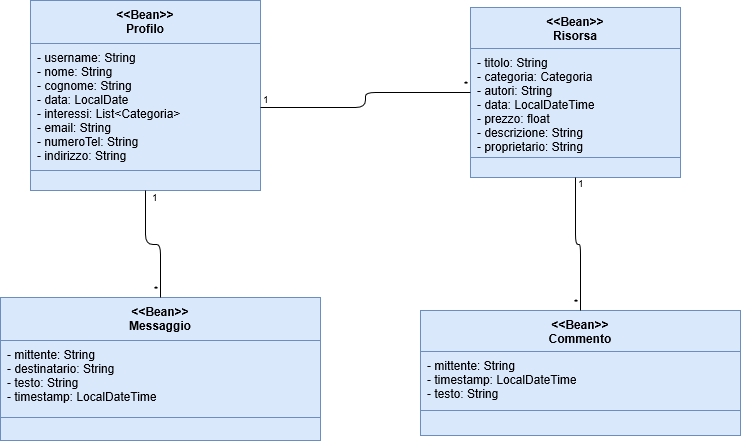
The draw.io diagram Reingegnerizzazione/DettaglioProfilo.png in SundavarBlaka/Alexandria, before a commit. Source tidied: cells renumbered, new cells last; positions are measured from the earlier drawing's top-left corner, leaving out a move shared by most shapes.
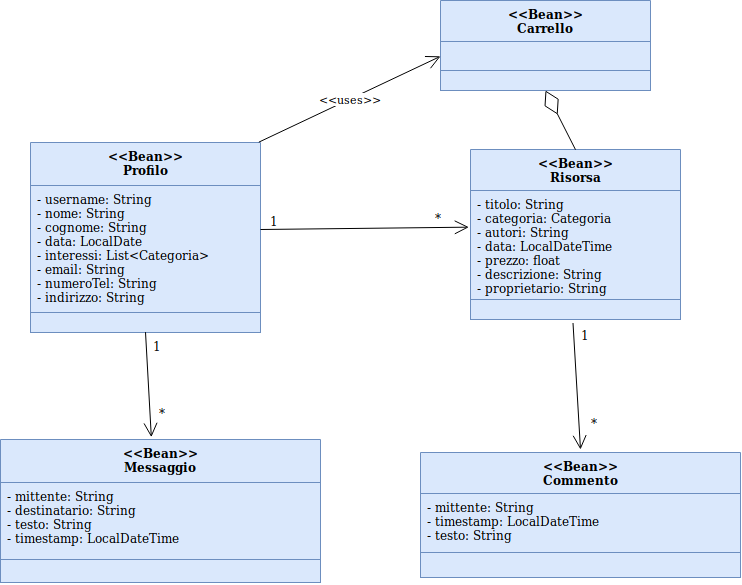
Above is the later version.

Change to the diagram source:
```diff
@@ -38,36 +38,51 @@
     <mxCell id="13" style="text;strokeColor=#6c8ebf;fillColor=#dae8fc;align=left;verticalAlign=top;spacingLeft=4;spacingRight=4;overflow=hidden;" parent="11" vertex="1">
       <mxGeometry y="100" width="320" height="25" as="geometry" />
     </mxCell>
-    <mxCell id="14" style="endArrow=none;html=1;edgeStyle=orthogonalEdgeStyle;exitX=1;exitY=0.5;exitDx=0;exitDy=0;entryX=0;entryY=0.5;entryDx=0;entryDy=0;" parent="1" edge="1" source="3" target="5">
-      <mxGeometry relative="1" as="geometry" />
-    </mxCell>
-    <mxCell id="15" value="1&lt;br&gt;" style="html=1;align=left;verticalAlign=bottom;labelBackgroundColor=#ffffff;fontSize=10;" parent="14" vertex="1">
-      <mxGeometry x="-1" relative="1" as="geometry" />
-    </mxCell>
-    <mxCell id="16" value="*&lt;br&gt;" style="html=1;align=right;verticalAlign=bottom;labelBackgroundColor=#ffffff;fontSize=10;" parent="14" vertex="1">
-      <mxGeometry x="1" relative="1" as="geometry" />
-    </mxCell>
-    <mxCell id="17" style="endArrow=none;html=1;edgeStyle=orthogonalEdgeStyle;exitX=0.5;exitY=1;exitDx=0;exitDy=0;entryX=0.5;entryY=0;entryDx=0;entryDy=0;" parent="1" edge="1" source="5" target="11">
-      <mxGeometry relative="1" as="geometry" />
-    </mxCell>
-    <mxCell id="18" value="1&lt;br&gt;" style="html=1;align=left;verticalAlign=bottom;labelBackgroundColor=#ffffff;fontSize=10;" parent="17" vertex="1">
-      <mxGeometry x="-1" relative="1" as="geometry">
-        <mxPoint y="14" as="offset" />
-      </mxGeometry>
-    </mxCell>
-    <mxCell id="19" value="*&lt;br&gt;" style="html=1;align=right;verticalAlign=bottom;labelBackgroundColor=#ffffff;fontSize=10;" parent="17" vertex="1">
-      <mxGeometry x="1" relative="1" as="geometry" />
-    </mxCell>
+    <mxCell id="23" value="&lt;&lt;Bean&gt;&gt;&#10;Carrello" style="swimlane;fontStyle=1;align=center;verticalAlign=top;horizontal=1;startSize=41;fillColor=#dae8fc;strokeColor=#6c8ebf;" parent="1" vertex="1">
+      <mxGeometry x="440" y="-142" width="210" height="90" as="geometry" />
+    </mxCell>
+    <mxCell id="24" style="text;strokeColor=#6c8ebf;fillColor=#dae8fc;align=left;verticalAlign=top;spacingLeft=4;spacingRight=4;overflow=hidden;points=[[0,0.5],[1,0.5]];portConstraint=eastwest;" parent="23" vertex="1">
+      <mxGeometry y="41" width="210" height="29" as="geometry" />
+    </mxCell>
+    <mxCell id="25" value="&#10;" style="text;strokeColor=#6c8ebf;fillColor=#dae8fc;align=left;verticalAlign=top;spacingLeft=4;spacingRight=4;overflow=hidden;" parent="23" vertex="1">
+      <mxGeometry y="70" width="210" height="20" as="geometry" />
+    </mxCell>
+    <mxCell id="26" style="endArrow=diamondThin;endFill=0;endSize=24;html=1;entryX=0.5;entryY=1;entryDx=0;entryDy=0;exitX=0.5;exitY=0;exitDx=0;exitDy=0;" parent="1" edge="1" source="5" target="23">
+      <mxGeometry relative="1" as="geometry" />
+    </mxCell>
+    <mxCell id="27" value="&amp;lt;&amp;lt;uses&amp;gt;&amp;gt;" style="endArrow=open;endFill=1;endSize=12;html=1;entryX=0;entryY=0.5;entryDx=0;entryDy=0;exitX=0.991;exitY=0;exitDx=0;exitDy=0;exitPerimeter=0;" parent="1" edge="1" source="2" target="24">
+      <mxGeometry relative="1" as="geometry" />
+    </mxCell>
+    <mxCell id="28" style="endArrow=open;endFill=1;endSize=12;html=1;entryX=-0.008;entryY=0.336;entryDx=0;entryDy=0;entryPerimeter=0;" parent="1" edge="1" target="6">
+      <mxGeometry relative="1" as="geometry">
+        <mxPoint x="260" y="87" as="sourcePoint" />
+      </mxGeometry>
+    </mxCell>
+    <mxCell id="29" value="1" style="text;html=1;align=left;verticalAlign=top;spacingTop=-4;" parent="1" vertex="1">
+      <mxGeometry x="268" y="69" width="20" height="20" as="geometry" />
+    </mxCell>
+    <mxCell id="30" value="*" style="text;html=1;align=left;verticalAlign=top;spacingTop=-4;" parent="1" vertex="1">
+      <mxGeometry x="433" y="66" width="20" height="20" as="geometry" />
+    </mxCell>
-    <mxCell id="20" style="endArrow=none;html=1;edgeStyle=orthogonalEdgeStyle;exitX=0.5;exitY=1;exitDx=0;exitDy=0;entryX=0.5;entryY=0;entryDx=0;entryDy=0;" parent="1" edge="1" source="2" target="8">
+    <mxCell id="20" style="endArrow=open;endFill=1;endSize=12;html=1;entryX=0.471;entryY=-0.016;entryDx=0;entryDy=0;entryPerimeter=0;exitX=0.5;exitY=1;exitDx=0;exitDy=0;" parent="1" edge="1" source="2" target="8">
       <mxGeometry relative="1" as="geometry" />
     </mxCell>
-    <mxCell id="21" value="1&lt;br&gt;" style="html=1;align=left;verticalAlign=bottom;labelBackgroundColor=#ffffff;fontSize=10;" parent="20" vertex="1">
-      <mxGeometry x="-1" relative="1" as="geometry">
-        <mxPoint x="4" y="15" as="offset" />
-      </mxGeometry>
-    </mxCell>
-    <mxCell id="22" value="*&lt;br&gt;" style="html=1;align=right;verticalAlign=bottom;labelBackgroundColor=#ffffff;fontSize=10;" parent="20" vertex="1">
-      <mxGeometry x="1" relative="1" as="geometry" />
-    </mxCell>
+    <mxCell id="31" value="1" style="text;html=1;align=left;verticalAlign=top;spacingTop=-4;" parent="1" vertex="1">
+      <mxGeometry x="151" y="194" width="20" height="20" as="geometry" />
+    </mxCell>
+    <mxCell id="32" value="*" style="text;html=1;align=left;verticalAlign=top;spacingTop=-4;" parent="1" vertex="1">
+      <mxGeometry x="157" y="261" width="20" height="20" as="geometry" />
+    </mxCell>
+    <mxCell id="33" style="endArrow=open;endFill=1;endSize=12;html=1;exitX=0.488;exitY=1.175;exitDx=0;exitDy=0;exitPerimeter=0;" parent="1" edge="1" source="7">
+      <mxGeometry relative="1" as="geometry">
+        <mxPoint x="580" y="307" as="targetPoint" />
+      </mxGeometry>
+    </mxCell>
+    <mxCell id="34" value="1" style="text;html=1;align=left;verticalAlign=top;spacingTop=-4;" parent="1" vertex="1">
+      <mxGeometry x="579" y="183" width="20" height="20" as="geometry" />
+    </mxCell>
+    <mxCell id="35" value="*" style="text;html=1;align=left;verticalAlign=top;spacingTop=-4;" parent="1" vertex="1">
+      <mxGeometry x="589" y="271" width="20" height="20" as="geometry" />
+    </mxCell>
   </root>
 </mxGraphModel>
```
